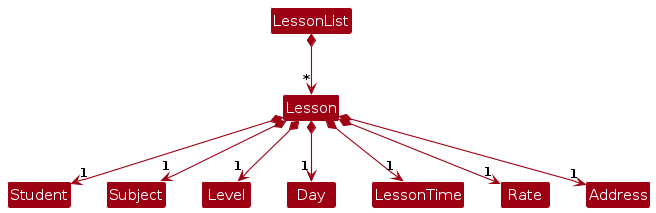
Before: diagrams/LessonClassDiagram.png, a diagram exported from PlantUML (AY2526S1-CS2103T-W08-2/tp). Its source is kept beside it as diagrams/LessonClassDiagram.puml.
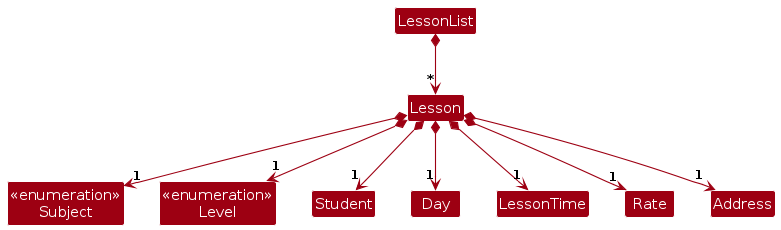
Later version of the same file.

What changed in the source:
```diff
@@ -3,6 +3,9 @@
 skinparam arrowThickness 1.1
 skinparam arrowColor MODEL_COLOR
 skinparam classBackgroundColor MODEL_COLOR
+
+class "<<enumeration>>\nSubject" as Subject
+class "<<enumeration>>\nLevel" as Level
 
 LessonList *-->"*" Lesson
 Lesson *-->"1" Student
```
